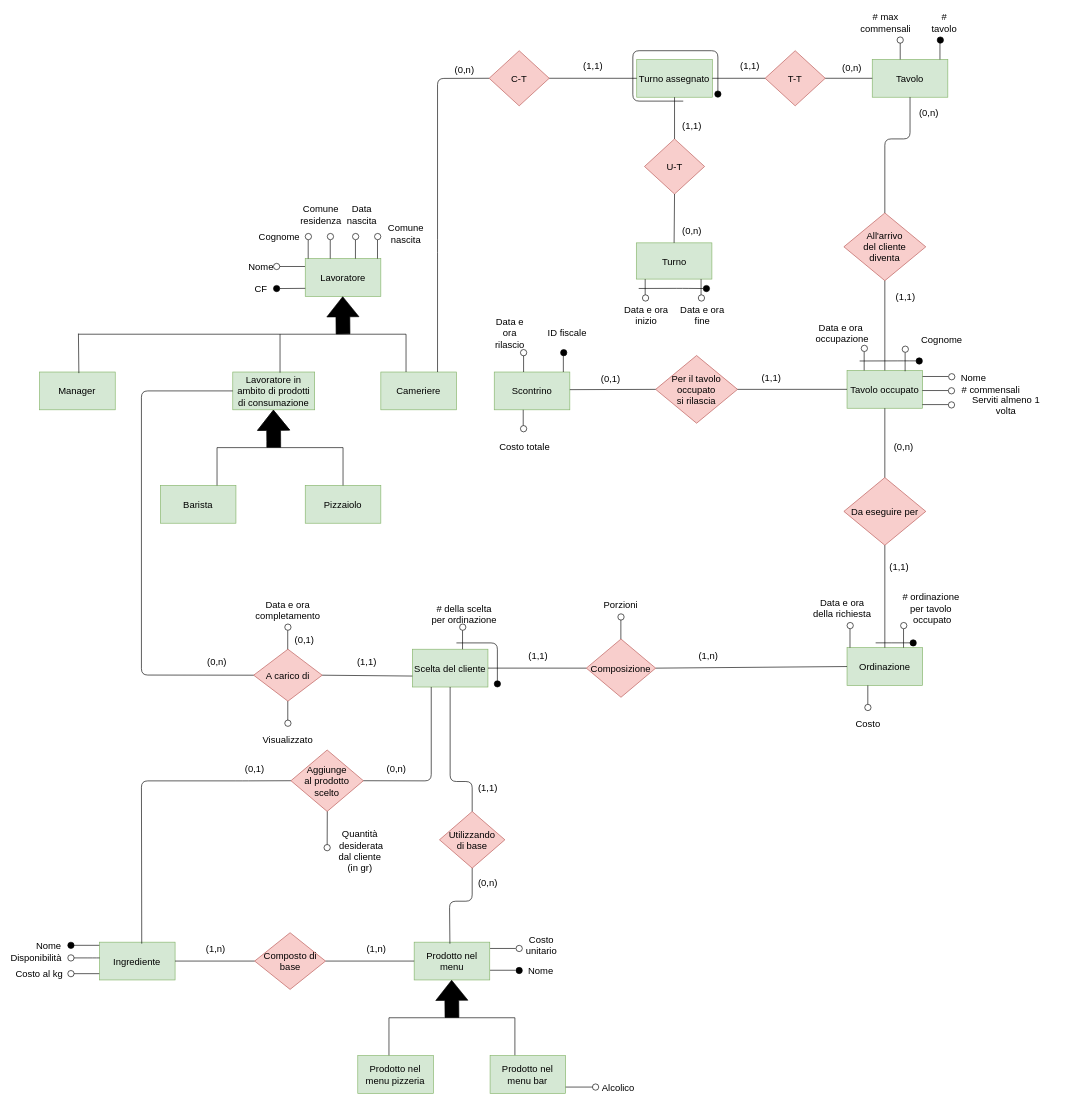
Earlier version of the draw.io diagram ERD/ERD_EditableDiagram.drawio (StefanoBelli/pizzeria). Source tidied: cells renumbered, new cells numbered last; positions are measured from the earlier drawing's top-left corner, leaving out a move shared by most shapes. Both pictures are drawn from the tidied source at 63%, with x=0, y=0 at pixel (11, 16).
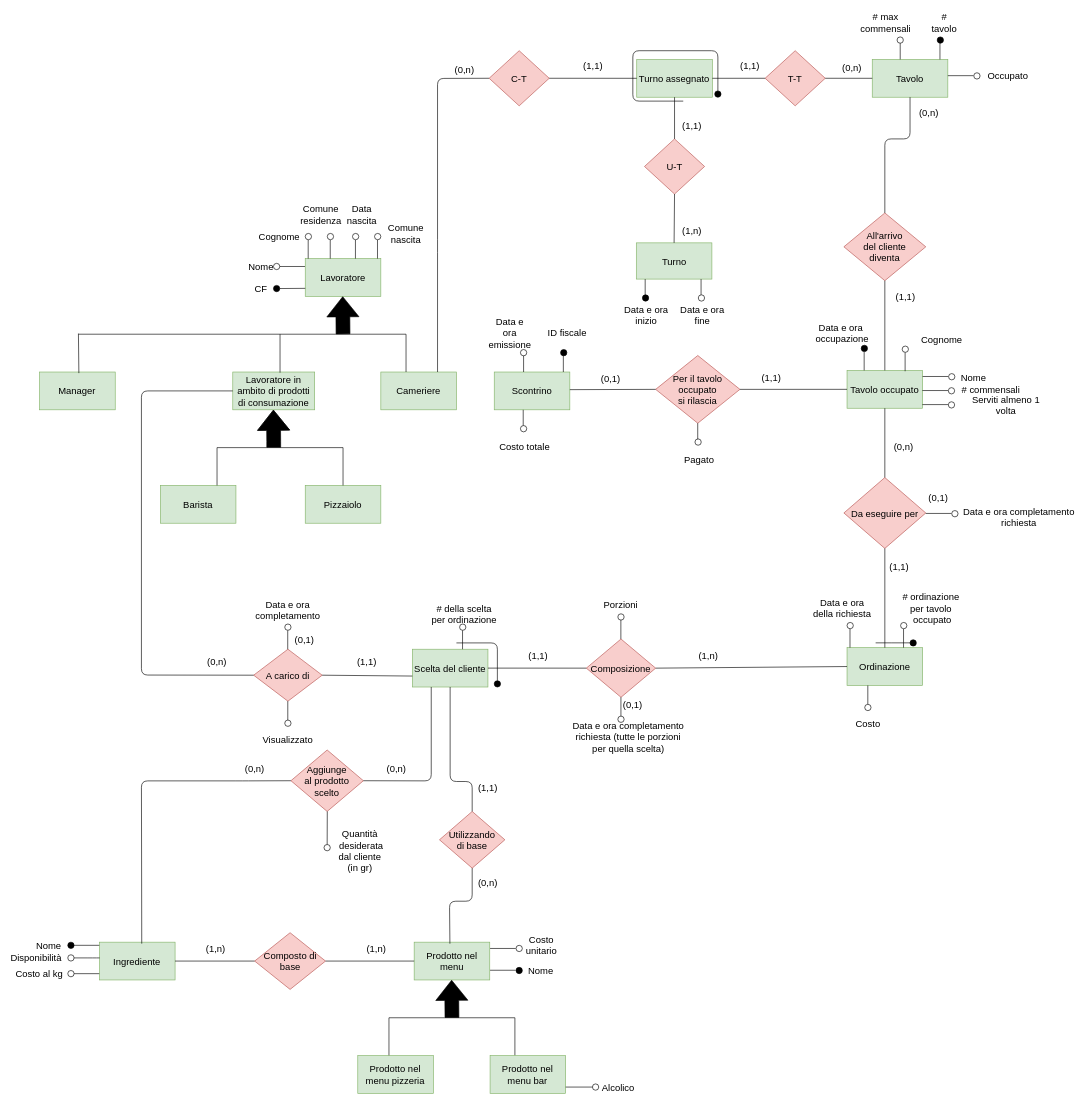
After the change.

The edit, as a diff of the source:
```diff
@@
     <mxCell id="17" value="&lt;div&gt;Da eseguire per &lt;br&gt;&lt;/div&gt;" style="rhombus;whiteSpace=wrap;html=1;fontSize=15;fillColor=#f8cecc;strokeColor=#b85450;" parent="1" vertex="1">
-      <mxGeometry x="1322" y="732.5" width="130" height="107.5" as="geometry" />
+      <mxGeometry x="1322" y="732.5" width="130" height="112.5" as="geometry" />
     </mxCell>
@@
-    <mxCell id="98" value="(0,n)" style="text;html=1;strokeColor=none;fillColor=none;align=center;verticalAlign=middle;whiteSpace=wrap;rounded=0;fontSize=15;" parent="1" vertex="1">
+    <mxCell id="98" value="(1,n)" style="text;html=1;strokeColor=none;fillColor=none;align=center;verticalAlign=middle;whiteSpace=wrap;rounded=0;fontSize=15;" parent="1" vertex="1">
       <mxGeometry x="1060.9" y="335" width="40" height="12.5" as="geometry" />
     </mxCell>
@@
-    <mxCell id="116" value="(0,1)" style="text;html=1;strokeColor=none;fillColor=none;align=center;verticalAlign=middle;whiteSpace=wrap;rounded=0;fontSize=15;" parent="1" vertex="1">
+    <mxCell id="116" value="(0,n)" style="text;html=1;strokeColor=none;fillColor=none;align=center;verticalAlign=middle;whiteSpace=wrap;rounded=0;fontSize=15;" parent="1" vertex="1">
       <mxGeometry x="367" y="1185" width="40" height="20" as="geometry" />
     </mxCell>
@@
-    <mxCell id="137" style="ellipse;whiteSpace=wrap;html=1;fontSize=15;" parent="1" vertex="1">
+    <mxCell id="137" style="ellipse;whiteSpace=wrap;html=1;fontSize=15;fillColor=#000000;" parent="1" vertex="1">
       <mxGeometry x="1349.5" y="522.5" width="10" height="10" as="geometry" />
     </mxCell>
@@
-    <mxCell id="143" style="endArrow=none;html=1;" parent="1" edge="1">
-      <mxGeometry relative="1" as="geometry">
-        <mxPoint x="1347" y="547.5" as="sourcePoint" />
-        <mxPoint x="1436.6" y="547.3" as="targetPoint" />
-        <Array as="points">
-          <mxPoint x="1416.6" y="547.3" />
-        </Array>
-      </mxGeometry>
-    </mxCell>
-    <mxCell id="144" style="ellipse;whiteSpace=wrap;html=1;fillColor=#000000;fontSize=15;" parent="1" vertex="1">
-      <mxGeometry x="1436.6" y="542.5" width="10" height="10" as="geometry" />
-    </mxCell>
@@
     <mxCell id="150" value="Per il tavolo&lt;br&gt;occupato&lt;br&gt;si rilascia" style="rhombus;whiteSpace=wrap;html=1;fontSize=15;fillColor=#f8cecc;strokeColor=#b85450;" parent="1" vertex="1">
-      <mxGeometry x="1023.2" y="538.8" width="130" height="107.5" as="geometry" />
+      <mxGeometry x="1023.2" y="538.8" width="133.8" height="107.5" as="geometry" />
     </mxCell>
@@
-    <mxCell id="161" value="Data e ora&lt;br&gt;rilascio" style="text;html=1;strokeColor=none;fillColor=none;align=center;verticalAlign=middle;whiteSpace=wrap;rounded=0;fontSize=15;" parent="1" vertex="1">
+    <mxCell id="161" value="Data e ora&lt;br&gt;emissione" style="text;html=1;strokeColor=none;fillColor=none;align=center;verticalAlign=middle;whiteSpace=wrap;rounded=0;fontSize=15;" parent="1" vertex="1">
       <mxGeometry x="757" y="492.5" width="69.7" height="20" as="geometry" />
     </mxCell>
@@
-    <mxCell id="182" style="ellipse;whiteSpace=wrap;html=1;fontSize=15;" parent="1" vertex="1">
+    <mxCell id="182" style="ellipse;whiteSpace=wrap;html=1;fontSize=15;fillColor=#000000;" parent="1" vertex="1">
       <mxGeometry x="1002.2" y="442.5" width="10" height="10" as="geometry" />
     </mxCell>
@@
-    <mxCell id="187" style="endArrow=none;html=1;" parent="1" edge="1">
-      <mxGeometry relative="1" as="geometry">
-        <mxPoint x="996.3" y="432.4" as="sourcePoint" />
-        <mxPoint x="1098.8" y="432.5" as="targetPoint" />
-        <Array as="points">
-          <mxPoint x="1065.9" y="432.2" />
-        </Array>
-      </mxGeometry>
-    </mxCell>
-    <mxCell id="188" style="ellipse;whiteSpace=wrap;html=1;fillColor=#000000;fontSize=15;" parent="1" vertex="1">
-      <mxGeometry x="1098.8" y="427.5" width="10" height="10" as="geometry" />
-    </mxCell>
@@
+    <mxCell id="199" value="Data e ora completamento&lt;br&gt;richiesta" style="text;html=1;strokeColor=none;fillColor=none;align=center;verticalAlign=middle;whiteSpace=wrap;rounded=0;fontSize=15;" parent="1" vertex="1">
+      <mxGeometry x="1507.6" y="785" width="184" height="20" as="geometry" />
+    </mxCell>
+    <mxCell id="200" style="endArrow=none;html=1;fillColor=#000000;fontSize=15;" parent="1" edge="1">
+      <mxGeometry relative="1" as="geometry">
+        <mxPoint x="1502.6" y="772.6" as="sourcePoint" />
+        <mxPoint x="1502" y="772.6" as="targetPoint" />
+      </mxGeometry>
+    </mxCell>
+    <mxCell id="201" style="endArrow=none;html=1;fillColor=#000000;fontSize=15;" parent="1" edge="1">
+      <mxGeometry relative="1" as="geometry">
+        <mxPoint x="1502.6" y="794.9" as="sourcePoint" />
+        <mxPoint x="1502" y="794.9" as="targetPoint" />
+      </mxGeometry>
+    </mxCell>
+    <mxCell id="202" style="ellipse;whiteSpace=wrap;html=1;fontSize=15;fillColor=#FFFFFF;" parent="1" vertex="1">
+      <mxGeometry x="1493.2" y="784.9" width="10" height="10" as="geometry" />
+    </mxCell>
+    <mxCell id="203" style="endArrow=none;html=1;fillColor=#000000;fontSize=15;" parent="1" edge="1">
+      <mxGeometry relative="1" as="geometry">
+        <mxPoint x="1452" y="789.5" as="sourcePoint" />
+        <mxPoint x="1492.6" y="789.5" as="targetPoint" />
+      </mxGeometry>
+    </mxCell>
+    <mxCell id="204" value="&lt;font style=&quot;font-size: 15px&quot;&gt;(0,1)&lt;/font&gt;" style="text;html=1;strokeColor=none;fillColor=none;align=center;verticalAlign=middle;whiteSpace=wrap;rounded=0;" parent="1" vertex="1">
+      <mxGeometry x="1452" y="755" width="40" height="20" as="geometry" />
+    </mxCell>
+    <mxCell id="205" value="Data e ora completamento&lt;br&gt;richiesta (tutte le porzioni per quella scelta)" style="text;html=1;strokeColor=none;fillColor=none;align=center;verticalAlign=middle;whiteSpace=wrap;rounded=0;fontSize=15;" parent="1" vertex="1">
+      <mxGeometry x="887.9" y="1133.7" width="184" height="20" as="geometry" />
+    </mxCell>
+    <mxCell id="206" style="endArrow=none;html=1;fillColor=#000000;fontSize=15;" parent="1" edge="1">
+      <mxGeometry relative="1" as="geometry">
+        <mxPoint x="882.9" y="1121.2" as="sourcePoint" />
+        <mxPoint x="882.3" y="1121.2" as="targetPoint" />
+      </mxGeometry>
+    </mxCell>
+    <mxCell id="207" value="&lt;font style=&quot;font-size: 15px&quot;&gt;(0,1)&lt;/font&gt;" style="text;html=1;strokeColor=none;fillColor=none;align=center;verticalAlign=middle;whiteSpace=wrap;rounded=0;" parent="1" vertex="1">
+      <mxGeometry x="967.2" y="1082.5" width="40" height="20" as="geometry" />
+    </mxCell>
+    <mxCell id="208" style="endArrow=none;html=1;fillColor=#000000;fontSize=15;" parent="1" edge="1">
+      <mxGeometry relative="1" as="geometry">
+        <mxPoint x="968.1" y="1111.2" as="sourcePoint" />
+        <mxPoint x="968.1" y="1081.2" as="targetPoint" />
+      </mxGeometry>
+    </mxCell>
+    <mxCell id="209" style="ellipse;whiteSpace=wrap;html=1;fontSize=15;" parent="1" vertex="1">
+      <mxGeometry x="963.2" y="1111.2" width="10" height="10" as="geometry" />
+    </mxCell>
+    <mxCell id="210" value="Occupato" style="text;html=1;strokeColor=none;fillColor=none;align=center;verticalAlign=middle;whiteSpace=wrap;rounded=0;fontSize=15;" parent="1" vertex="1">
+      <mxGeometry x="1547.9" y="85" width="69.1" height="20" as="geometry" />
+    </mxCell>
+    <mxCell id="211" style="endArrow=none;html=1;fillColor=#000000;fontSize=15;" parent="1" edge="1">
+      <mxGeometry relative="1" as="geometry">
+        <mxPoint x="1537.6" y="100" as="sourcePoint" />
+        <mxPoint x="1537" y="100" as="targetPoint" />
+      </mxGeometry>
+    </mxCell>
+    <mxCell id="212" style="ellipse;whiteSpace=wrap;html=1;fontSize=15;fillColor=#FFFFFF;" parent="1" vertex="1">
+      <mxGeometry x="1528.2" y="90" width="10" height="10" as="geometry" />
+    </mxCell>
+    <mxCell id="213" style="endArrow=none;html=1;fillColor=#000000;fontSize=15;" parent="1" edge="1">
+      <mxGeometry relative="1" as="geometry">
+        <mxPoint x="1487" y="94.6" as="sourcePoint" />
+        <mxPoint x="1527.6" y="94.6" as="targetPoint" />
+      </mxGeometry>
+    </mxCell>
+    <mxCell id="214" style="endArrow=none;html=1;fillColor=#000000;fontSize=15;" parent="1" edge="1">
+      <mxGeometry relative="1" as="geometry">
+        <mxPoint x="1090" y="676.3" as="sourcePoint" />
+        <mxPoint x="1090" y="646.3" as="targetPoint" />
+      </mxGeometry>
+    </mxCell>
+    <mxCell id="215" style="ellipse;whiteSpace=wrap;html=1;fontSize=15;" parent="1" vertex="1">
+      <mxGeometry x="1085.6" y="671.2" width="10" height="10" as="geometry" />
+    </mxCell>
+    <mxCell id="216" value="Pagato" style="text;html=1;strokeColor=none;fillColor=none;align=center;verticalAlign=middle;whiteSpace=wrap;rounded=0;fontSize=15;" parent="1" vertex="1">
+      <mxGeometry x="1050.6" y="693.8" width="83.4" height="20" as="geometry" />
+    </mxCell>
```
